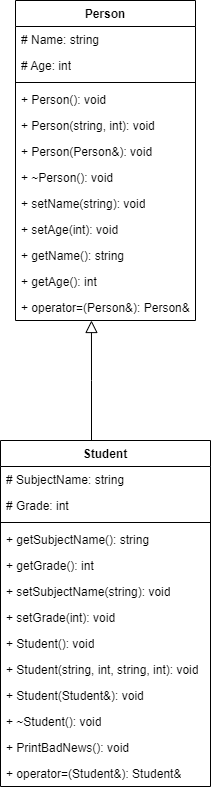
BlackSerperior6/OOP-3-and-4 keeps this draw.io diagram as ООП4/Person&Student.png. Above is the earlier version. Source tidied: cells renumbered, new cells last; positions are measured from the earlier drawing's top-left corner, leaving out a move shared by most shapes.
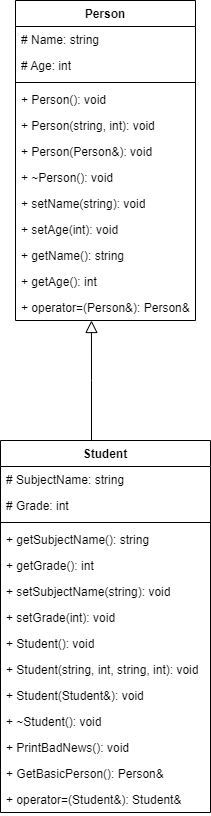
Above is the later version.

What changed in the source:
```diff
@@ -42,7 +42,7 @@
       <mxGeometry y="294" width="180" height="26" as="geometry" />
     </mxCell>
     <mxCell id="15" value="Student" style="swimlane;fontStyle=1;align=center;verticalAlign=top;horizontal=1;startSize=26;whiteSpace=wrap;html=1;" parent="1" vertex="1">
-      <mxGeometry y="440" width="210" height="346" as="geometry" />
+      <mxGeometry y="440" width="210" height="372" as="geometry" />
     </mxCell>
     <mxCell id="16" value="# SubjectName: string" style="text;strokeColor=none;fillColor=none;align=left;verticalAlign=top;spacingLeft=4;spacingRight=4;overflow=hidden;whiteSpace=wrap;html=1;" parent="15" vertex="1">
       <mxGeometry y="26" width="210" height="26" as="geometry" />
@@ -80,8 +80,11 @@
     <mxCell id="27" value="+ PrintBadNews(): void" style="text;strokeColor=none;fillColor=none;align=left;verticalAlign=top;spacingLeft=4;spacingRight=4;overflow=hidden;whiteSpace=wrap;html=1;" parent="15" vertex="1">
       <mxGeometry y="294" width="210" height="26" as="geometry" />
     </mxCell>
+    <mxCell id="30" value="+ GetBasicPerson(): Person&amp;amp;" style="text;strokeColor=none;fillColor=none;align=left;verticalAlign=top;spacingLeft=4;spacingRight=4;overflow=hidden;whiteSpace=wrap;html=1;" parent="15" vertex="1">
+      <mxGeometry y="320" width="210" height="26" as="geometry" />
+    </mxCell>
     <mxCell id="28" value="+ operator=(Student&amp;amp;): Student&amp;amp;" style="text;strokeColor=none;fillColor=none;align=left;verticalAlign=top;spacingLeft=4;spacingRight=4;overflow=hidden;whiteSpace=wrap;html=1;" parent="15" vertex="1">
-      <mxGeometry y="320" width="210" height="26" as="geometry" />
+      <mxGeometry y="346" width="210" height="26" as="geometry" />
     </mxCell>
     <mxCell id="29" style="endArrow=block;endSize=10;endFill=0;shadow=0;strokeWidth=1;rounded=0;curved=0;edgeStyle=elbowEdgeStyle;elbow=vertical;entryX=0.422;entryY=1;entryDx=0;entryDy=0;entryPerimeter=0;" parent="1" edge="1" target="14">
       <mxGeometry relative="1" as="geometry">
```
